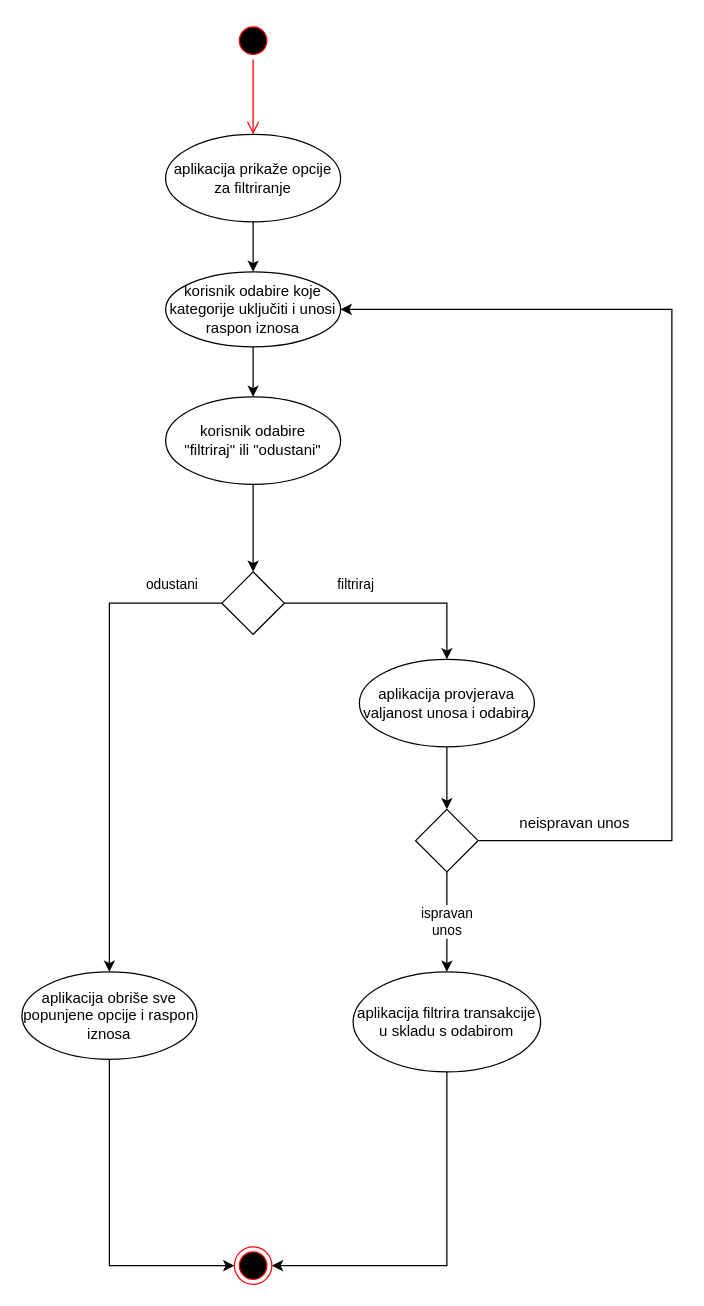
Above: page "Filtriranje transakcija" (4 of 5) of doc/aktivnosti_transakcije.drawio in avucak/upi_20_budget (draw.io), before the change. Source tidied: cells renumbered, new cells numbered last; positions are measured from the earlier drawing's top-left corner, leaving out a move shared by most shapes. Both pictures are drawn from the tidied source at 125%, with x=0, y=0 at pixel (21, 21).
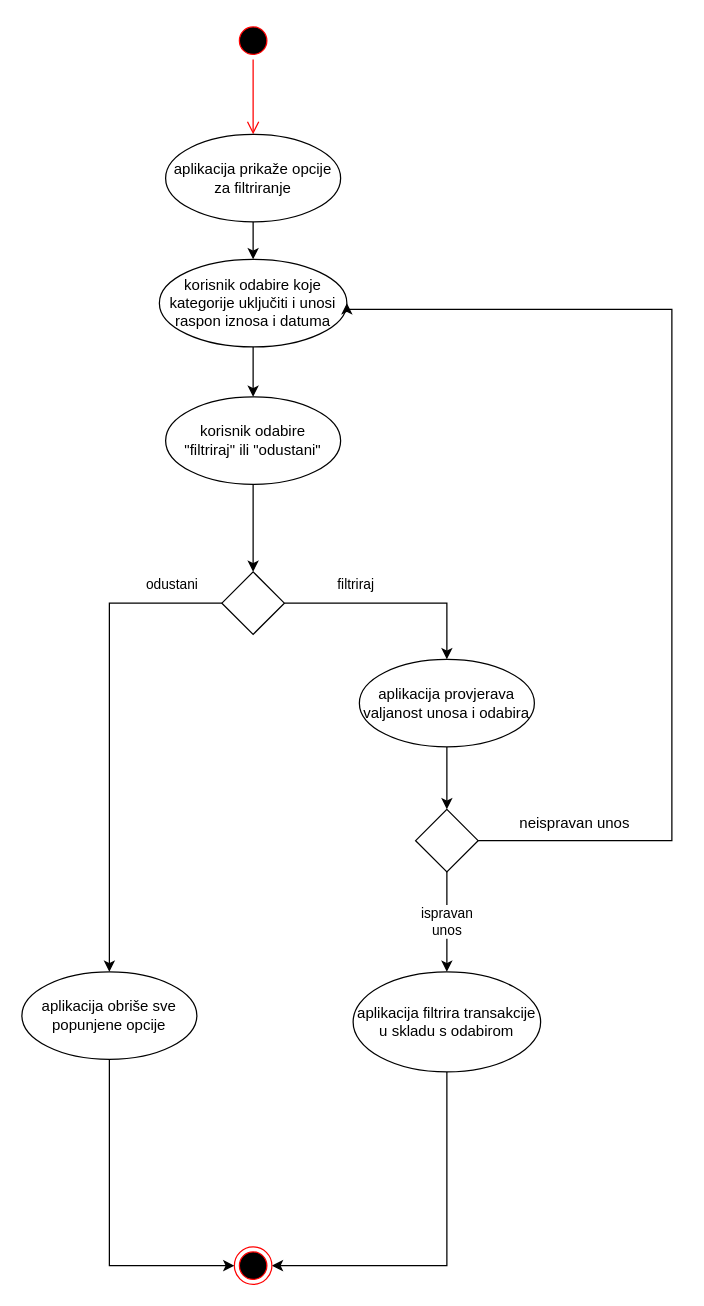
Above is the later version.

Diff of the diagram source:
```diff
@@
-    <mxCell id="6" value="korisnik odabire koje kategorije uključiti i unosi raspon iznosa" style="ellipse;whiteSpace=wrap;html=1;" parent="1" vertex="1">
-      <mxGeometry x="115" y="200" width="140" height="60" as="geometry" />
+    <mxCell id="6" value="korisnik odabire koje kategorije uključiti i unosi raspon iznosa i datuma" style="ellipse;whiteSpace=wrap;html=1;" parent="1" vertex="1">
+      <mxGeometry x="110" y="190" width="150" height="70" as="geometry" />
     </mxCell>
@@
-    <mxCell id="19" value="aplikacija obriše sve popunjene opcije i raspon iznosa" style="ellipse;whiteSpace=wrap;html=1;strokeWidth=1;" parent="1" vertex="1">
+    <mxCell id="19" value="aplikacija obriše sve popunjene opcije" style="ellipse;whiteSpace=wrap;html=1;strokeWidth=1;" parent="1" vertex="1">
       <mxGeometry y="760" width="140" height="70" as="geometry" />
     </mxCell>
```
